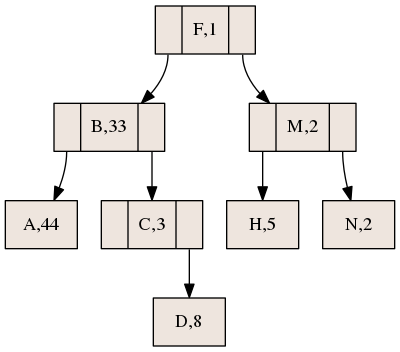
Above: ArbolABB.png in SergioFerrer9/Arboles (Graphviz), before the change. Its source is kept beside it as ArbolABB.dot.
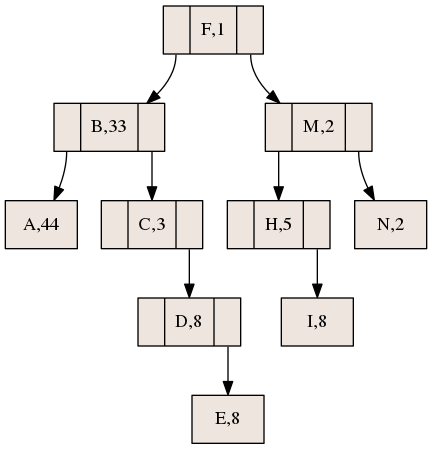
After the change.

Change to the diagram source:
```diff
@@ -12,14 +12,20 @@
 "nodo4"
 [ label="<C0>| C,3|<C1>"];
 "nodo9"
-[ label=" D,8"];
+[ label="<C0>| D,8|<C1>"];
+"nodo11"
+[ label=" E,8"];
+nodo9:C1->nodo11
 nodo4:C1->nodo9
 nodo3:C1->nodo4
 nodo1:C0->nodo3
 "nodo2"
 [ label="<C0>| M,2|<C1>"];
 "nodo6"
-[ label=" H,5"];
+[ label="<C0>| H,5|<C1>"];
+"nodo10"
+[ label=" I,8"];
+nodo6:C1->nodo10
 nodo2:C0->nodo6
 "nodo8"
 [ label=" N,2"];
```
